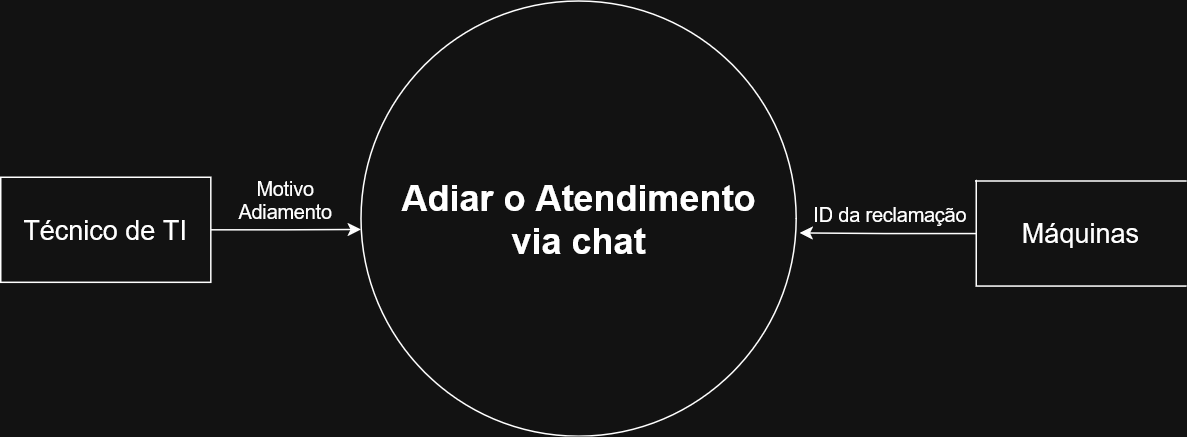
Before: documentação/diagramas/RF002 - Adiar o atendimento.png, a diagram exported from draw.io (Luvisa-dev/Chatbot-Projeto-Integrado). Source tidied: cells renumbered, new cells last; positions are measured from the earlier drawing's top-left corner, leaving out a move shared by most shapes. Its diagram source:
```xml
<mxGraphModel>
  <root>
    <mxCell id="0" />
    <mxCell id="1" parent="0" />
    <mxCell id="2" style="shape=ellipse;html=1;dashed=0;whiteSpace=wrap;perimeter=ellipsePerimeter;" parent="1" vertex="1">
      <mxGeometry x="240" width="290" height="290" as="geometry" />
    </mxCell>
    <mxCell id="3" value="&lt;div&gt;Adiar o Atendimento&lt;/div&gt;via chat" style="text;strokeColor=none;fillColor=none;html=1;fontSize=24;fontStyle=1;verticalAlign=middle;align=center;" parent="1" vertex="1">
      <mxGeometry x="335" y="145" width="100" as="geometry" />
    </mxCell>
    <mxCell id="4" style="edgeStyle=orthogonalEdgeStyle;rounded=0;jettySize=auto;html=1;entryX=0;entryY=0.525;entryDx=0;entryDy=0;entryPerimeter=0;" parent="1" edge="1" source="5" target="2">
      <mxGeometry relative="1" as="geometry" />
    </mxCell>
    <mxCell id="5" value="&lt;div&gt;&lt;font style=&quot;font-size: 18px;&quot;&gt;Técnico de TI&lt;/font&gt;&lt;/div&gt;" style="html=1;dashed=0;whiteSpace=wrap;" parent="1" vertex="1">
      <mxGeometry y="117.5" width="140" height="70" as="geometry" />
    </mxCell>
    <mxCell id="6" value="&lt;div&gt;Motivo&lt;/div&gt;&lt;div&gt;Adiamento&lt;/div&gt;" style="text;html=1;align=center;verticalAlign=middle;whiteSpace=wrap;rounded=0;fontSize=13;" parent="1" vertex="1">
      <mxGeometry x="160" y="117.5" width="60" height="30" as="geometry" />
    </mxCell>
    <mxCell id="7" value="&lt;div&gt;&lt;font style=&quot;font-size: 18px;&quot;&gt;Máquinas&lt;/font&gt;&lt;/div&gt;" style="html=1;dashed=0;whiteSpace=wrap;shape=partialRectangle;right=0;" parent="1" vertex="1">
      <mxGeometry x="650" y="120" width="140" height="70" as="geometry" />
    </mxCell>
    <mxCell id="8" style="edgeStyle=orthogonalEdgeStyle;rounded=0;jettySize=auto;html=1;entryX=1.008;entryY=0.533;entryDx=0;entryDy=0;entryPerimeter=0;" parent="1" edge="1" source="7" target="2">
      <mxGeometry relative="1" as="geometry" />
    </mxCell>
    <mxCell id="9" value="&lt;font style=&quot;font-size: 13px;&quot;&gt;&lt;br&gt;ID da reclamação&lt;/font&gt;" style="text;whiteSpace=wrap;html=1;fontSize=11;" parent="1" vertex="1">
      <mxGeometry x="540" y="112.5" width="120" height="40" as="geometry" />
    </mxCell>
  </root>
</mxGraphModel>
```
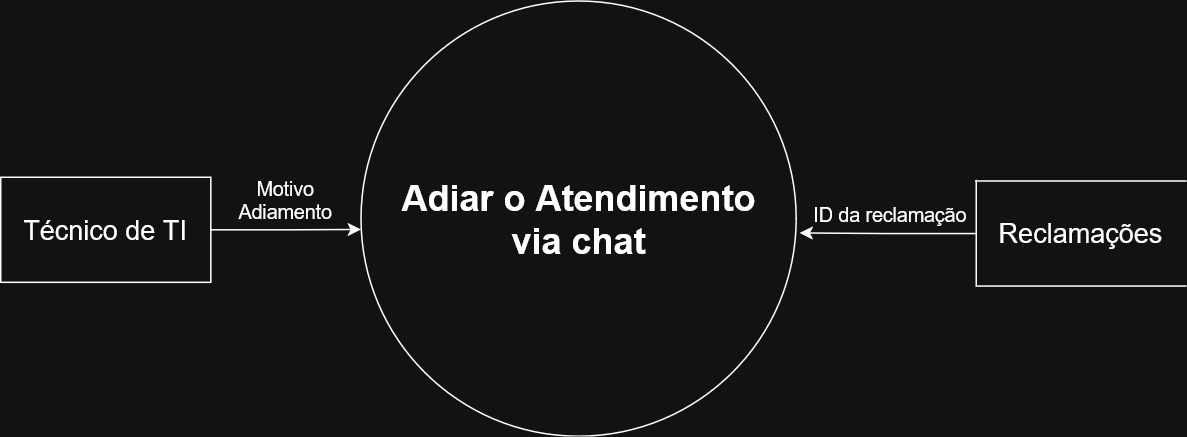
Above is the later version.

Change to the diagram source:
```diff
@@ -17,7 +17,7 @@
     <mxCell id="6" value="&lt;div&gt;Motivo&lt;/div&gt;&lt;div&gt;Adiamento&lt;/div&gt;" style="text;html=1;align=center;verticalAlign=middle;whiteSpace=wrap;rounded=0;fontSize=13;" parent="1" vertex="1">
       <mxGeometry x="160" y="117.5" width="60" height="30" as="geometry" />
     </mxCell>
-    <mxCell id="7" value="&lt;div&gt;&lt;font style=&quot;font-size: 18px;&quot;&gt;Máquinas&lt;/font&gt;&lt;/div&gt;" style="html=1;dashed=0;whiteSpace=wrap;shape=partialRectangle;right=0;" parent="1" vertex="1">
+    <mxCell id="7" value="&lt;div&gt;&lt;font style=&quot;font-size: 18px;&quot;&gt;Reclamações&lt;/font&gt;&lt;/div&gt;" style="html=1;dashed=0;whiteSpace=wrap;shape=partialRectangle;right=0;" parent="1" vertex="1">
       <mxGeometry x="650" y="120" width="140" height="70" as="geometry" />
     </mxCell>
     <mxCell id="8" style="edgeStyle=orthogonalEdgeStyle;rounded=0;jettySize=auto;html=1;entryX=1.008;entryY=0.533;entryDx=0;entryDy=0;entryPerimeter=0;" parent="1" edge="1" source="7" target="2">
```
